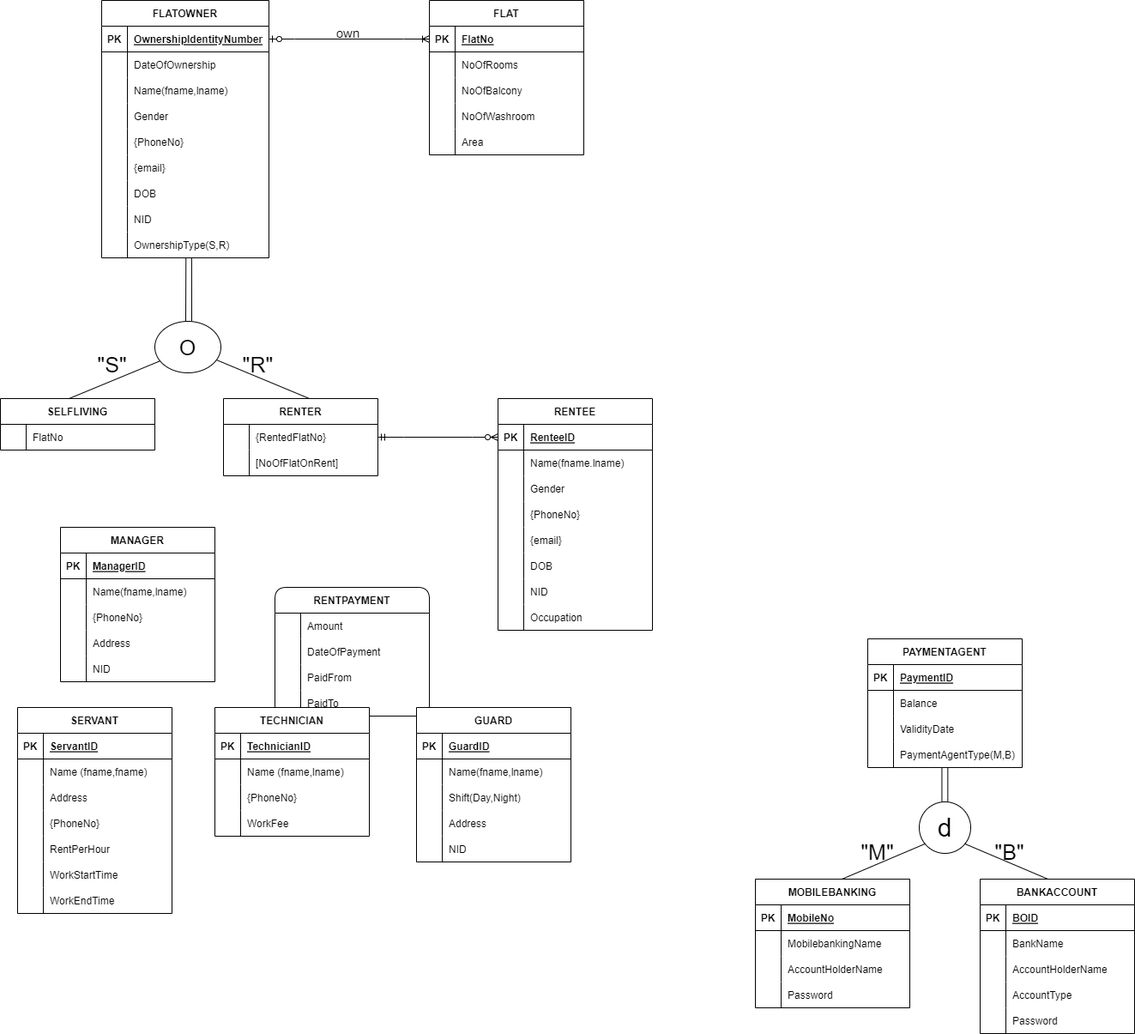
This is EERD.png from toushifhossain1/Residential-Management-and-Monitoring-System, a draw.io export, as it was before one commit. Source tidied: cells renumbered, new cells last; positions are measured from the earlier drawing's top-left corner, leaving out a move shared by most shapes.
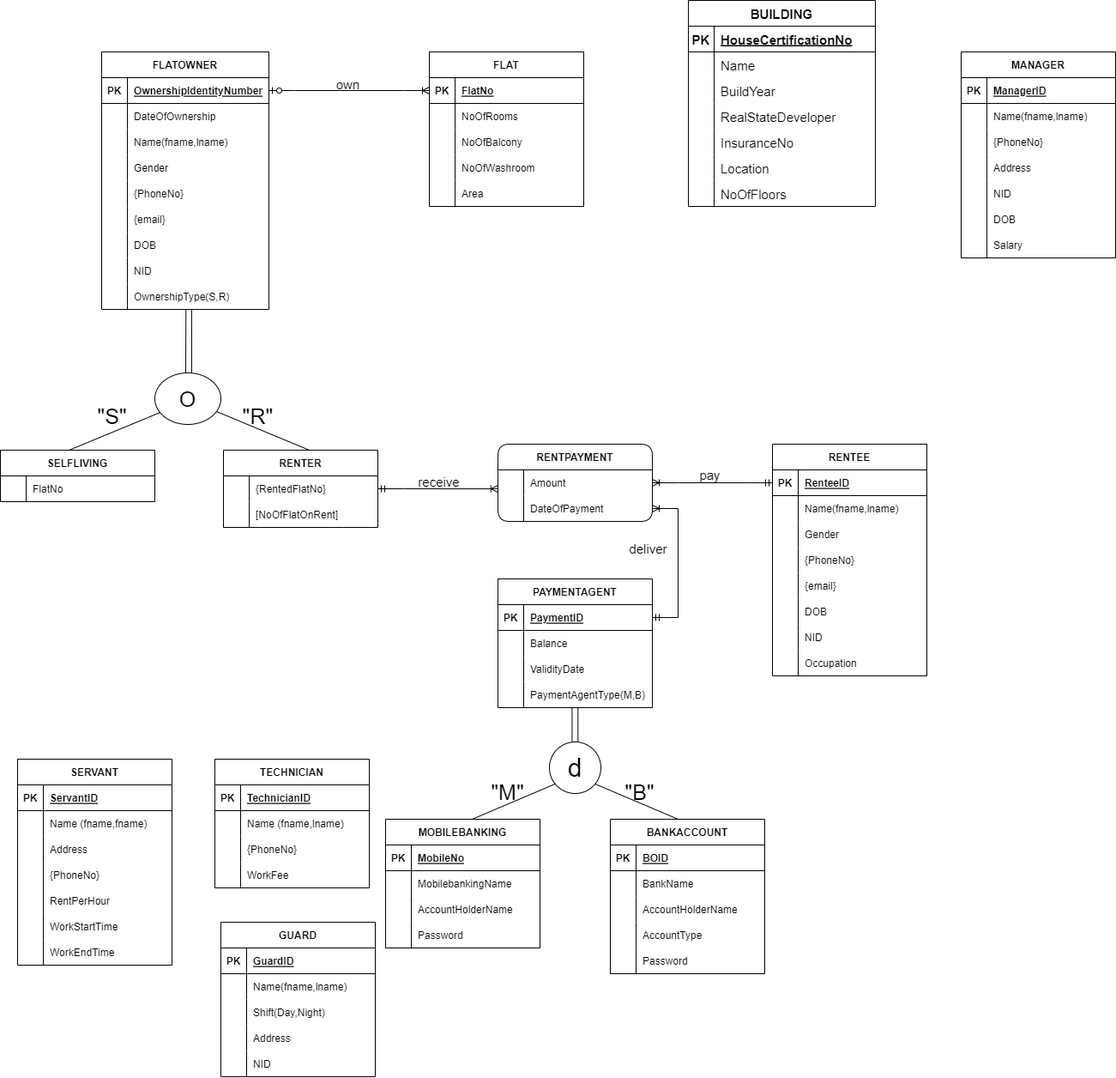
The same file after the commit.

What changed in the source:
```diff
@@ -5,3 +5,3 @@
     <mxCell id="2" value="RENTER" style="shape=table;startSize=30;rowLines=0;fontStyle=1;align=center;" parent="1" vertex="1">
-      <mxGeometry x="260" y="464" width="180" height="90" as="geometry" />
+      <mxGeometry x="260" y="520" width="180" height="90" as="geometry" />
     </mxCell>
@@ -26,3 +26,3 @@
     <mxCell id="9" value="RENTPAYMENT" style="shape=table;startSize=30;rowLines=0;fontStyle=1;align=center;rounded=1;" parent="1" vertex="1">
-      <mxGeometry x="320" y="684" width="180" height="150" as="geometry" />
+      <mxGeometry x="580" y="513" width="180" height="90" as="geometry" />
     </mxCell>
@@ -46,22 +46,4 @@
     </mxCell>
-    <mxCell id="16" style="shape=tableRow;horizontal=0;startSize=0;swimlaneHead=0;swimlaneBody=0;fillColor=none;top=0;left=0;right=0;bottom=0;" parent="9" vertex="1">
-      <mxGeometry y="90" width="180" height="30" as="geometry" />
-    </mxCell>
-    <mxCell id="17" style="shape=partialRectangle;fillColor=none;top=0;left=0;bottom=0;right=0;overflow=hidden;" parent="16" vertex="1">
-      <mxGeometry width="30" height="30" as="geometry" />
-    </mxCell>
-    <mxCell id="18" value="PaidFrom" style="shape=partialRectangle;fillColor=none;top=0;left=0;bottom=0;right=0;align=left;spacingLeft=6;overflow=hidden;" parent="16" vertex="1">
-      <mxGeometry x="30" width="150" height="30" as="geometry" />
-    </mxCell>
-    <mxCell id="19" style="shape=tableRow;horizontal=0;startSize=0;swimlaneHead=0;swimlaneBody=0;fillColor=none;top=0;left=0;right=0;bottom=0;" parent="9" vertex="1">
-      <mxGeometry y="120" width="180" height="30" as="geometry" />
-    </mxCell>
-    <mxCell id="20" style="shape=partialRectangle;fillColor=none;top=0;left=0;bottom=0;right=0;overflow=hidden;" parent="19" vertex="1">
-      <mxGeometry width="30" height="30" as="geometry" />
-    </mxCell>
-    <mxCell id="21" value="PaidTo" style="shape=partialRectangle;fillColor=none;top=0;left=0;bottom=0;right=0;align=left;spacingLeft=6;overflow=hidden;" parent="19" vertex="1">
-      <mxGeometry x="30" width="150" height="30" as="geometry" />
-    </mxCell>
     <mxCell id="22" value="PAYMENTAGENT" style="shape=table;startSize=30;rowLines=0;fontStyle=1;align=center;" parent="1" vertex="1">
-      <mxGeometry x="1011" y="744" width="180" height="150" as="geometry" />
+      <mxGeometry x="580" y="670" width="180" height="150" as="geometry" />
     </mxCell>
@@ -104,3 +86,3 @@
     <mxCell id="35" value="RENTEE" style="shape=table;startSize=30;rowLines=0;fontStyle=1;align=center;" parent="1" vertex="1">
-      <mxGeometry x="580" y="464" width="180" height="270" as="geometry" />
+      <mxGeometry x="900" y="513" width="180" height="270" as="geometry" />
     </mxCell>
@@ -121,3 +103,3 @@
     </mxCell>
-    <mxCell id="41" value="Name(fname.lname)" style="shape=partialRectangle;fillColor=none;top=0;left=0;bottom=0;right=0;align=left;spacingLeft=6;overflow=hidden;" parent="39" vertex="1">
+    <mxCell id="41" value="Name(fname,lname)" style="shape=partialRectangle;fillColor=none;top=0;left=0;bottom=0;right=0;align=left;spacingLeft=6;overflow=hidden;" parent="39" vertex="1">
       <mxGeometry x="30" width="150" height="30" as="geometry" />
@@ -179,3 +161,3 @@
     <mxCell id="60" value="SERVANT" style="shape=table;startSize=30;rowLines=0;fontStyle=1;align=center;" parent="1" vertex="1">
-      <mxGeometry x="20" y="824" width="180" height="240" as="geometry" />
+      <mxGeometry x="20" y="880" width="180" height="240" as="geometry" />
     </mxCell>
@@ -245,3 +227,3 @@
     <mxCell id="82" value="FLATOWNER" style="shape=table;startSize=30;rowLines=0;fontStyle=1;align=center;" parent="1" vertex="1">
-      <mxGeometry x="118" width="195" height="300" as="geometry" />
+      <mxGeometry x="118" y="56" width="195" height="300" as="geometry" />
     </mxCell>
@@ -329,3 +311,3 @@
     <mxCell id="110" value="SELFLIVING" style="shape=table;startSize=30;rowLines=0;fontStyle=1;align=center;" parent="1" vertex="1">
-      <mxGeometry y="464" width="180" height="60" as="geometry" />
+      <mxGeometry y="520" width="180" height="60" as="geometry" />
     </mxCell>
@@ -342,3 +324,3 @@
       <mxGeometry relative="1" as="geometry">
-        <mxPoint x="223" y="374" as="targetPoint" />
+        <mxPoint x="223" y="430" as="targetPoint" />
       </mxGeometry>
@@ -347,3 +329,3 @@
       <mxGeometry relative="1" as="geometry">
-        <mxPoint x="216" y="374" as="targetPoint" />
+        <mxPoint x="216" y="430" as="targetPoint" />
       </mxGeometry>
@@ -351,3 +333,3 @@
     <mxCell id="116" value="&lt;font style=&quot;font-size: 25px;&quot;&gt;O&lt;/font&gt;" style="ellipse;whiteSpace=wrap;html=1;" parent="1" vertex="1">
-      <mxGeometry x="180" y="374" width="77" height="60" as="geometry" />
+      <mxGeometry x="180" y="430" width="77" height="60" as="geometry" />
     </mxCell>
@@ -360,9 +342,9 @@
     <mxCell id="119" value="&quot;S&quot;" style="text;html=1;align=center;verticalAlign=middle;strokeColor=none;fillColor=none;fontSize=25;" parent="1" vertex="1">
-      <mxGeometry x="100" y="404" width="60" height="40" as="geometry" />
+      <mxGeometry x="100" y="460" width="60" height="40" as="geometry" />
     </mxCell>
     <mxCell id="120" value="&quot;R&quot;" style="text;html=1;align=center;verticalAlign=middle;strokeColor=none;fillColor=none;fontSize=25;" parent="1" vertex="1">
-      <mxGeometry x="270" y="404" width="60" height="40" as="geometry" />
+      <mxGeometry x="270" y="460" width="60" height="40" as="geometry" />
     </mxCell>
     <mxCell id="121" value="FLAT" style="shape=table;startSize=30;rowLines=0;fontStyle=1;align=center;fontSize=12;" parent="1" vertex="1">
-      <mxGeometry x="500" width="180" height="180" as="geometry" />
+      <mxGeometry x="500" y="56" width="180" height="180" as="geometry" />
     </mxCell>
@@ -414,3 +396,3 @@
     <mxCell id="137" value="TECHNICIAN" style="shape=table;startSize=30;rowLines=0;fontStyle=1;align=center;fontSize=12;" parent="1" vertex="1">
-      <mxGeometry x="250" y="824" width="180" height="150" as="geometry" />
+      <mxGeometry x="250" y="880" width="180" height="150" as="geometry" />
     </mxCell>
@@ -453,3 +435,3 @@
     <mxCell id="150" value="GUARD" style="shape=table;startSize=30;rowLines=0;fontStyle=1;align=center;fontSize=12;" parent="1" vertex="1">
-      <mxGeometry x="485" y="824" width="180" height="180" as="geometry" />
+      <mxGeometry x="257" y="1070" width="180" height="180" as="geometry" />
     </mxCell>
@@ -501,3 +483,3 @@
     <mxCell id="166" value="MANAGER" style="shape=table;startSize=30;rowLines=0;fontStyle=1;align=center;fontSize=12;" parent="1" vertex="1">
-      <mxGeometry x="70" y="614" width="180" height="180" as="geometry" />
+      <mxGeometry x="1120" y="56" width="180" height="240" as="geometry" />
     </mxCell>
@@ -548,6 +530,24 @@
     </mxCell>
+    <mxCell id="221" style="shape=tableRow;horizontal=0;startSize=0;swimlaneHead=0;swimlaneBody=0;fillColor=none;top=0;left=0;right=0;bottom=0;fontSize=12;" parent="166" vertex="1">
+      <mxGeometry y="180" width="180" height="30" as="geometry" />
+    </mxCell>
+    <mxCell id="222" style="shape=partialRectangle;fillColor=none;top=0;left=0;bottom=0;right=0;overflow=hidden;fontSize=12;" parent="221" vertex="1">
+      <mxGeometry width="30" height="30" as="geometry" />
+    </mxCell>
+    <mxCell id="223" value="DOB" style="shape=partialRectangle;fillColor=none;top=0;left=0;bottom=0;right=0;align=left;spacingLeft=6;overflow=hidden;fontSize=12;" parent="221" vertex="1">
+      <mxGeometry x="30" width="150" height="30" as="geometry" />
+    </mxCell>
+    <mxCell id="224" style="shape=tableRow;horizontal=0;startSize=0;swimlaneHead=0;swimlaneBody=0;fillColor=none;top=0;left=0;right=0;bottom=0;fontSize=12;" parent="166" vertex="1">
+      <mxGeometry y="210" width="180" height="30" as="geometry" />
+    </mxCell>
+    <mxCell id="225" style="shape=partialRectangle;fillColor=none;top=0;left=0;bottom=0;right=0;overflow=hidden;fontSize=12;" parent="224" vertex="1">
+      <mxGeometry width="30" height="30" as="geometry" />
+    </mxCell>
+    <mxCell id="226" value="Salary" style="shape=partialRectangle;fillColor=none;top=0;left=0;bottom=0;right=0;align=left;spacingLeft=6;overflow=hidden;fontSize=12;" parent="224" vertex="1">
+      <mxGeometry x="30" width="150" height="30" as="geometry" />
+    </mxCell>
     <mxCell id="182" style="endArrow=none;html=1;rounded=0;fontSize=12;" parent="1" edge="1">
       <mxGeometry relative="1" as="geometry">
-        <mxPoint x="1097.4" y="934" as="sourcePoint" />
-        <mxPoint x="1097.4" y="894" as="targetPoint" />
+        <mxPoint x="666.4" y="860" as="sourcePoint" />
+        <mxPoint x="666.4" y="820" as="targetPoint" />
       </mxGeometry>
@@ -556,4 +556,4 @@
       <mxGeometry relative="1" as="geometry">
-        <mxPoint x="1104.3" y="934" as="sourcePoint" />
-        <mxPoint x="1104.3" y="894" as="targetPoint" />
+        <mxPoint x="673.3" y="860" as="sourcePoint" />
+        <mxPoint x="673.3" y="820" as="targetPoint" />
       </mxGeometry>
@@ -561,6 +561,6 @@
     <mxCell id="184" value="&lt;font style=&quot;font-size: 30px;&quot;&gt;d&lt;/font&gt;" style="ellipse;whiteSpace=wrap;html=1;fontSize=12;" parent="1" vertex="1">
-      <mxGeometry x="1071" y="934" width="60" height="60" as="geometry" />
+      <mxGeometry x="640" y="860" width="60" height="60" as="geometry" />
     </mxCell>
     <mxCell id="185" value="MOBILEBANKING" style="shape=table;startSize=30;rowLines=0;fontStyle=1;align=center;fontSize=12;" parent="1" vertex="1">
-      <mxGeometry x="880" y="1024" width="180" height="150" as="geometry" />
+      <mxGeometry x="449" y="950" width="180" height="150" as="geometry" />
     </mxCell>
@@ -603,3 +603,3 @@
     <mxCell id="198" value="BANKACCOUNT" style="shape=table;startSize=30;rowLines=0;fontStyle=1;align=center;fontSize=12;" parent="1" vertex="1">
-      <mxGeometry x="1142" y="1024" width="180" height="180" as="geometry" />
+      <mxGeometry x="711" y="950" width="180" height="180" as="geometry" />
     </mxCell>
@@ -657,6 +657,6 @@
     <mxCell id="216" value="&lt;font style=&quot;font-size: 25px;&quot;&gt;&quot;M&quot;&lt;/font&gt;" style="text;html=1;align=center;verticalAlign=middle;strokeColor=none;fillColor=none;fontSize=13;" parent="1" vertex="1">
-      <mxGeometry x="992" y="972" width="60" height="40" as="geometry" />
+      <mxGeometry x="561" y="898" width="60" height="40" as="geometry" />
     </mxCell>
     <mxCell id="217" value="&quot;B&quot;" style="text;html=1;align=center;verticalAlign=middle;strokeColor=none;fillColor=none;fontSize=25;" parent="1" vertex="1">
-      <mxGeometry x="1146" y="972" width="60" height="40" as="geometry" />
+      <mxGeometry x="715" y="898" width="60" height="40" as="geometry" />
     </mxCell>
@@ -666,7 +666,88 @@
     <mxCell id="219" value="&lt;font size=&quot;1&quot;&gt;own&lt;/font&gt;" style="text;html=1;align=center;verticalAlign=middle;strokeColor=none;fillColor=none;fontSize=25;" parent="1" vertex="1">
-      <mxGeometry x="380" y="14" width="50" height="40" as="geometry" />
+      <mxGeometry x="380" y="70" width="50" height="40" as="geometry" />
     </mxCell>
-    <mxCell id="220" style="edgeStyle=entityRelationEdgeStyle;fontSize=12;html=1;endArrow=ERzeroToMany;startArrow=ERmandOne;rounded=0;" parent="1" edge="1" source="3" target="36">
-      <mxGeometry relative="1" as="geometry" />
-    </mxCell>
+    <mxCell id="227" style="edgeStyle=entityRelationEdgeStyle;fontSize=12;html=1;endArrow=ERoneToMany;startArrow=ERmandOne;rounded=0;exitX=1;exitY=0.5;exitDx=0;exitDy=0;entryX=-0.001;entryY=0.736;entryDx=0;entryDy=0;entryPerimeter=0;" parent="1" edge="1" source="3" target="10">
+      <mxGeometry relative="1" as="geometry" />
+    </mxCell>
+    <mxCell id="228" value="&lt;font style=&quot;font-size: 15px;&quot;&gt;receive&lt;/font&gt;" style="text;html=1;align=center;verticalAlign=middle;strokeColor=none;fillColor=none;fontSize=12;" parent="1" vertex="1">
+      <mxGeometry x="476" y="542" width="70" height="30" as="geometry" />
+    </mxCell>
+    <mxCell id="229" style="edgeStyle=entityRelationEdgeStyle;fontSize=12;html=1;endArrow=ERoneToMany;startArrow=ERmandOne;rounded=0;" parent="1" edge="1" source="36" target="10">
+      <mxGeometry relative="1" as="geometry" />
+    </mxCell>
+    <mxCell id="230" value="&lt;font style=&quot;font-size: 15px;&quot;&gt;pay&lt;/font&gt;" style="text;html=1;align=center;verticalAlign=middle;strokeColor=none;fillColor=none;fontSize=12;" parent="1" vertex="1">
+      <mxGeometry x="802" y="534" width="50" height="30" as="geometry" />
+    </mxCell>
+    <mxCell id="231" style="edgeStyle=entityRelationEdgeStyle;fontSize=12;html=1;endArrow=ERoneToMany;startArrow=ERmandOne;rounded=0;exitX=1;exitY=0.5;exitDx=0;exitDy=0;entryX=1;entryY=0.5;entryDx=0;entryDy=0;" parent="1" edge="1" source="23" target="13">
+      <mxGeometry relative="1" as="geometry" />
+    </mxCell>
+    <mxCell id="232" value="&lt;font style=&quot;font-size: 15px;&quot;&gt;deliver&lt;/font&gt;" style="text;html=1;align=center;verticalAlign=middle;strokeColor=none;fillColor=none;fontSize=12;" parent="1" vertex="1">
+      <mxGeometry x="720" y="620" width="70" height="30" as="geometry" />
+    </mxCell>
+    <mxCell id="233" value="BUILDING" style="shape=table;startSize=30;rowLines=0;fontStyle=1;align=center;rounded=0;fontSize=15;" parent="1" vertex="1">
+      <mxGeometry x="802" y="-4" width="218" height="240" as="geometry" />
+    </mxCell>
+    <mxCell id="234" style="shape=tableRow;horizontal=0;startSize=0;swimlaneHead=0;swimlaneBody=0;fillColor=none;top=0;left=0;right=0;bottom=1;rounded=1;fontSize=15;" parent="233" vertex="1">
+      <mxGeometry y="30" width="218" height="30" as="geometry" />
+    </mxCell>
+    <mxCell id="235" value="PK" style="shape=partialRectangle;fillColor=none;top=0;left=0;bottom=0;right=0;fontStyle=1;overflow=hidden;rounded=1;fontSize=15;" parent="234" vertex="1">
+      <mxGeometry width="30" height="30" as="geometry" />
+    </mxCell>
+    <mxCell id="236" value="HouseCertificationNo" style="shape=partialRectangle;fillColor=none;top=0;left=0;bottom=0;right=0;align=left;spacingLeft=6;fontStyle=5;overflow=hidden;rounded=1;fontSize=15;" parent="234" vertex="1">
+      <mxGeometry x="30" width="188" height="30" as="geometry" />
+    </mxCell>
+    <mxCell id="237" style="shape=tableRow;horizontal=0;startSize=0;swimlaneHead=0;swimlaneBody=0;fillColor=none;top=0;left=0;right=0;bottom=0;rounded=1;fontSize=15;" parent="233" vertex="1">
+      <mxGeometry y="60" width="218" height="30" as="geometry" />
+    </mxCell>
+    <mxCell id="238" style="shape=partialRectangle;fillColor=none;top=0;left=0;bottom=0;right=0;overflow=hidden;rounded=1;fontSize=15;" parent="237" vertex="1">
+      <mxGeometry width="30" height="30" as="geometry" />
+    </mxCell>
+    <mxCell id="239" value="Name" style="shape=partialRectangle;fillColor=none;top=0;left=0;bottom=0;right=0;align=left;spacingLeft=6;overflow=hidden;rounded=1;fontSize=15;" parent="237" vertex="1">
+      <mxGeometry x="30" width="188" height="30" as="geometry" />
+    </mxCell>
+    <mxCell id="240" style="shape=tableRow;horizontal=0;startSize=0;swimlaneHead=0;swimlaneBody=0;fillColor=none;top=0;left=0;right=0;bottom=0;rounded=1;fontSize=15;" parent="233" vertex="1">
+      <mxGeometry y="90" width="218" height="30" as="geometry" />
+    </mxCell>
+    <mxCell id="241" style="shape=partialRectangle;fillColor=none;top=0;left=0;bottom=0;right=0;overflow=hidden;rounded=1;fontSize=15;" parent="240" vertex="1">
+      <mxGeometry width="30" height="30" as="geometry" />
+    </mxCell>
+    <mxCell id="242" value="BuildYear" style="shape=partialRectangle;fillColor=none;top=0;left=0;bottom=0;right=0;align=left;spacingLeft=6;overflow=hidden;rounded=1;fontSize=15;" parent="240" vertex="1">
+      <mxGeometry x="30" width="188" height="30" as="geometry" />
+    </mxCell>
+    <mxCell id="243" style="shape=tableRow;horizontal=0;startSize=0;swimlaneHead=0;swimlaneBody=0;fillColor=none;top=0;left=0;right=0;bottom=0;rounded=1;fontSize=15;" parent="233" vertex="1">
+      <mxGeometry y="120" width="218" height="30" as="geometry" />
+    </mxCell>
+    <mxCell id="244" style="shape=partialRectangle;fillColor=none;top=0;left=0;bottom=0;right=0;overflow=hidden;rounded=1;fontSize=15;" parent="243" vertex="1">
+      <mxGeometry width="30" height="30" as="geometry" />
+    </mxCell>
+    <mxCell id="245" value="RealStateDeveloper" style="shape=partialRectangle;fillColor=none;top=0;left=0;bottom=0;right=0;align=left;spacingLeft=6;overflow=hidden;rounded=1;fontSize=15;" parent="243" vertex="1">
+      <mxGeometry x="30" width="188" height="30" as="geometry" />
+    </mxCell>
+    <mxCell id="246" style="shape=tableRow;horizontal=0;startSize=0;swimlaneHead=0;swimlaneBody=0;fillColor=none;top=0;left=0;right=0;bottom=0;rounded=1;fontSize=15;" parent="233" vertex="1">
+      <mxGeometry y="150" width="218" height="30" as="geometry" />
+    </mxCell>
+    <mxCell id="247" style="shape=partialRectangle;fillColor=none;top=0;left=0;bottom=0;right=0;overflow=hidden;rounded=1;fontSize=15;" parent="246" vertex="1">
+      <mxGeometry width="30" height="30" as="geometry" />
+    </mxCell>
+    <mxCell id="248" value="InsuranceNo" style="shape=partialRectangle;fillColor=none;top=0;left=0;bottom=0;right=0;align=left;spacingLeft=6;overflow=hidden;rounded=1;fontSize=15;" parent="246" vertex="1">
+      <mxGeometry x="30" width="188" height="30" as="geometry" />
+    </mxCell>
+    <mxCell id="249" style="shape=tableRow;horizontal=0;startSize=0;swimlaneHead=0;swimlaneBody=0;fillColor=none;top=0;left=0;right=0;bottom=0;rounded=1;fontSize=15;" parent="233" vertex="1">
+      <mxGeometry y="180" width="218" height="30" as="geometry" />
+    </mxCell>
+    <mxCell id="250" style="shape=partialRectangle;fillColor=none;top=0;left=0;bottom=0;right=0;overflow=hidden;rounded=1;fontSize=15;" parent="249" vertex="1">
+      <mxGeometry width="30" height="30" as="geometry" />
+    </mxCell>
+    <mxCell id="251" value="Location" style="shape=partialRectangle;fillColor=none;top=0;left=0;bottom=0;right=0;align=left;spacingLeft=6;overflow=hidden;rounded=1;fontSize=15;" parent="249" vertex="1">
+      <mxGeometry x="30" width="188" height="30" as="geometry" />
+    </mxCell>
+    <mxCell id="252" style="shape=tableRow;horizontal=0;startSize=0;swimlaneHead=0;swimlaneBody=0;fillColor=none;top=0;left=0;right=0;bottom=0;rounded=1;fontSize=15;" parent="233" vertex="1">
+      <mxGeometry y="210" width="218" height="30" as="geometry" />
+    </mxCell>
+    <mxCell id="253" style="shape=partialRectangle;fillColor=none;top=0;left=0;bottom=0;right=0;overflow=hidden;rounded=1;fontSize=15;" parent="252" vertex="1">
+      <mxGeometry width="30" height="30" as="geometry" />
+    </mxCell>
+    <mxCell id="254" value="NoOfFloors" style="shape=partialRectangle;fillColor=none;top=0;left=0;bottom=0;right=0;align=left;spacingLeft=6;overflow=hidden;rounded=1;fontSize=15;" parent="252" vertex="1">
+      <mxGeometry x="30" width="188" height="30" as="geometry" />
+    </mxCell>
   </root>
```
